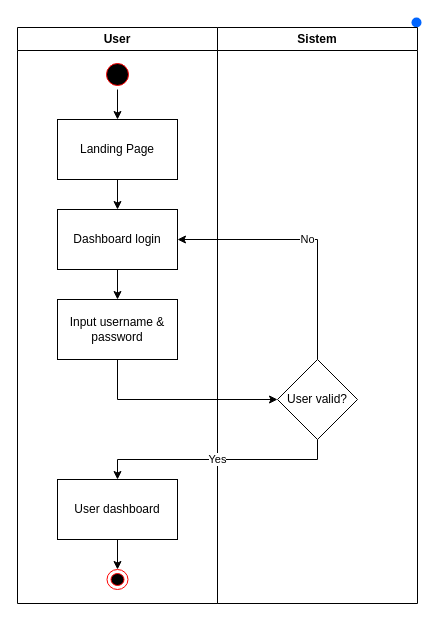
The draw.io diagram page "Login" (3 of 4) of activityDiagram.drawio in dzikfr/aplikasi-absensi-baharkam-2024, before the edit. Source tidied: cells renumbered, new cells numbered last; positions are measured from the earlier drawing's top-left corner, leaving out a move shared by most shapes. Both pictures are drawn from the tidied source at 100%, with x=0, y=0 at pixel (17, 17).
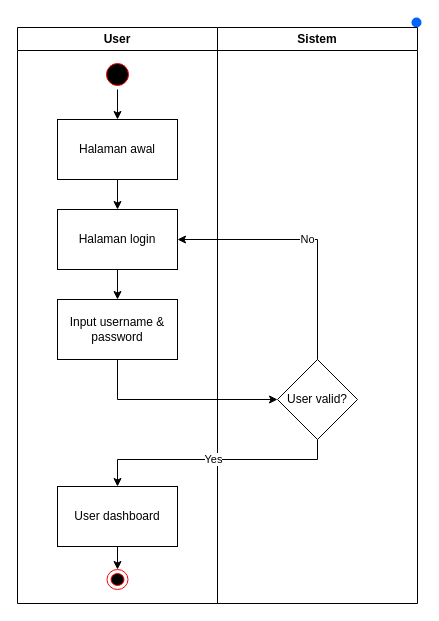
After the change.

Unchanged cells that the change refers to:
```xml
<mxCell id="3" value="User" style="swimlane;whiteSpace=wrap;html=1;" parent="1" vertex="1">
  <mxGeometry y="10" width="200" height="576" as="geometry" />
</mxCell>
```

What changed in the source:
```diff
@@
-    <mxCell id="5" value="Dashboard login" style="rounded=0;whiteSpace=wrap;html=1;" parent="3" vertex="1">
+    <mxCell id="5" value="Halaman login" style="rounded=0;whiteSpace=wrap;html=1;" parent="3" vertex="1">
       <mxGeometry x="40" y="182" width="120" height="60" as="geometry" />
     </mxCell>
@@
-    <mxCell id="10" value="Landing Page" style="rounded=0;whiteSpace=wrap;html=1;" parent="3" vertex="1">
+    <mxCell id="10" value="Halaman awal" style="rounded=0;whiteSpace=wrap;html=1;" parent="3" vertex="1">
       <mxGeometry x="40" y="92" width="120" height="60" as="geometry" />
     </mxCell>
@@
     <mxCell id="12" value="User dashboard" style="rounded=0;whiteSpace=wrap;html=1;" parent="3" vertex="1">
-      <mxGeometry x="40" y="452" width="120" height="60" as="geometry" />
+      <mxGeometry x="40" y="459" width="120" height="60" as="geometry" />
     </mxCell>
```
